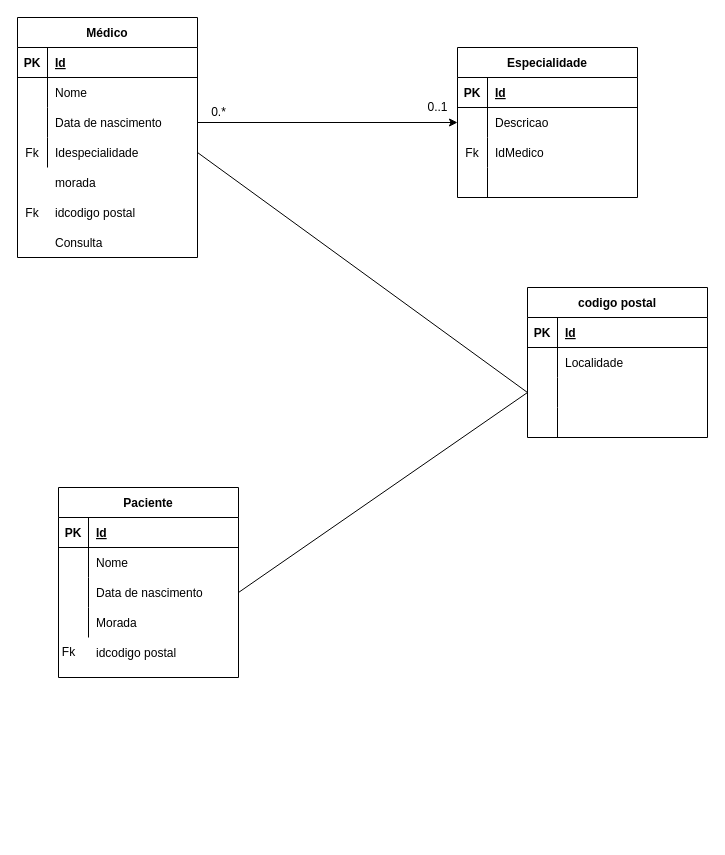
Earlier version of the draw.io diagram exercicio2.drawio (kanelastt/Ficha_3). Source tidied: cells renumbered, new cells numbered last; positions are measured from the earlier drawing's top-left corner, leaving out a move shared by most shapes. Both pictures are drawn from the tidied source at 100%, with x=0, y=0 at pixel (17, 17).
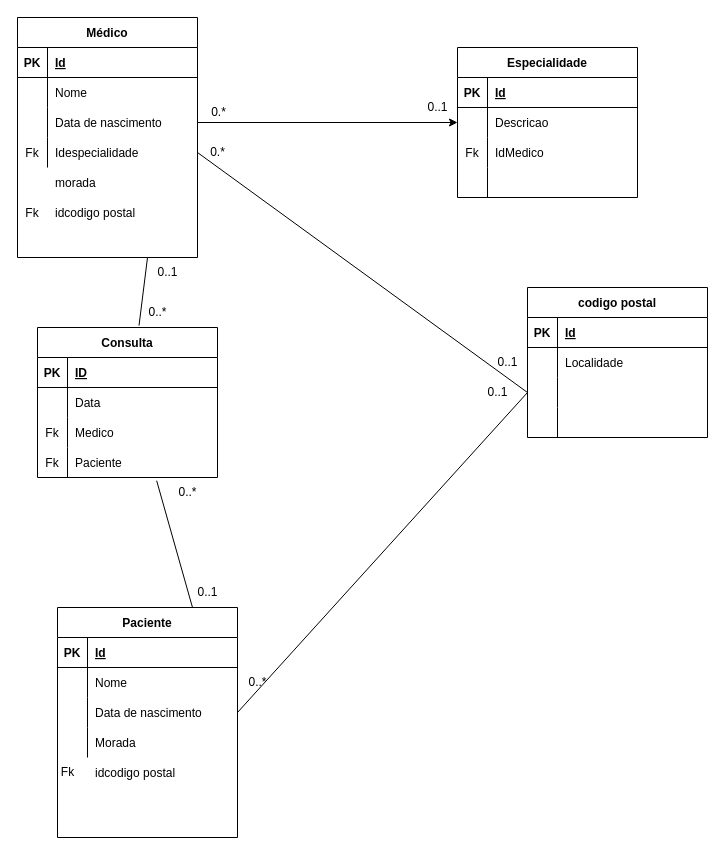
The same page after the edit.

Change to the diagram source:
```diff
@@
     <mxCell id="33" value="Paciente" style="shape=table;startSize=30;childLayout=tableLayout;rowLines=0;fontStyle=1;align=center;" parent="1" vertex="1">
-      <mxGeometry x="41" y="470" width="180" height="190" as="geometry" />
+      <mxGeometry x="40" y="590" width="180" height="230" as="geometry" />
     </mxCell>
@@
     <mxCell id="46" value="idcodigo postal" style="shape=partialRectangle;fillColor=none;top=0;left=0;bottom=0;right=0;align=left;spacingLeft=6;overflow=hidden;" parent="1" vertex="1">
-      <mxGeometry x="71" y="620" width="150" height="30" as="geometry" />
+      <mxGeometry x="70" y="740" width="150" height="30" as="geometry" />
     </mxCell>
@@
     <mxCell id="62" value="Fk" style="text;html=1;align=center;verticalAlign=middle;strokeColor=none;fillColor=none;" parent="1" vertex="1">
-      <mxGeometry x="31" y="620" width="40" height="30" as="geometry" />
+      <mxGeometry x="30" y="740" width="40" height="30" as="geometry" />
     </mxCell>
@@
+    <mxCell id="65" value="0..*" style="text;html=1;align=center;verticalAlign=middle;strokeColor=none;fillColor=none;" parent="1" vertex="1">
+      <mxGeometry x="220" y="650" width="40" height="30" as="geometry" />
+    </mxCell>
+    <mxCell id="66" value="0..1" style="text;html=1;align=center;verticalAlign=middle;strokeColor=none;fillColor=none;" parent="1" vertex="1">
+      <mxGeometry x="460" y="360" width="40" height="30" as="geometry" />
+    </mxCell>
+    <mxCell id="67" value="0.*" style="text;html=1;align=center;verticalAlign=middle;strokeColor=none;fillColor=none;" parent="1" vertex="1">
+      <mxGeometry x="180" y="120" width="40" height="30" as="geometry" />
+    </mxCell>
+    <mxCell id="68" value="0..1" style="text;html=1;align=center;verticalAlign=middle;strokeColor=none;fillColor=none;" parent="1" vertex="1">
+      <mxGeometry x="470" y="330" width="40" height="30" as="geometry" />
+    </mxCell>
-    <mxCell id="64" value="Consulta" style="shape=partialRectangle;fillColor=none;top=0;left=0;bottom=0;right=0;align=left;spacingLeft=6;overflow=hidden;" parent="1" vertex="1">
-      <mxGeometry x="30" y="210" width="150" height="30" as="geometry" />
+    <mxCell id="64" value="Consulta" style="shape=table;startSize=30;childLayout=tableLayout;rowLines=0;fontStyle=1;align=center;" parent="1" vertex="1">
+      <mxGeometry x="20" y="310" width="180" height="150" as="geometry" />
     </mxCell>
+    <mxCell id="69" style="shape=tableRow;horizontal=0;startSize=0;swimlaneHead=0;swimlaneBody=0;fillColor=none;top=0;left=0;right=0;bottom=1;" parent="64" vertex="1">
+      <mxGeometry y="30" width="180" height="30" as="geometry" />
+    </mxCell>
+    <mxCell id="70" value="PK" style="shape=partialRectangle;fillColor=none;top=0;left=0;bottom=0;right=0;fontStyle=1;overflow=hidden;" parent="69" vertex="1">
+      <mxGeometry width="30" height="30" as="geometry" />
+    </mxCell>
+    <mxCell id="71" value="ID" style="shape=partialRectangle;fillColor=none;top=0;left=0;bottom=0;right=0;align=left;spacingLeft=6;fontStyle=5;overflow=hidden;" parent="69" vertex="1">
+      <mxGeometry x="30" width="150" height="30" as="geometry" />
+    </mxCell>
+    <mxCell id="72" style="shape=tableRow;horizontal=0;startSize=0;swimlaneHead=0;swimlaneBody=0;fillColor=none;top=0;left=0;right=0;bottom=0;" parent="64" vertex="1">
+      <mxGeometry y="60" width="180" height="30" as="geometry" />
+    </mxCell>
+    <mxCell id="73" style="shape=partialRectangle;fillColor=none;top=0;left=0;bottom=0;right=0;overflow=hidden;" parent="72" vertex="1">
+      <mxGeometry width="30" height="30" as="geometry" />
+    </mxCell>
+    <mxCell id="74" value="Data" style="shape=partialRectangle;fillColor=none;top=0;left=0;bottom=0;right=0;align=left;spacingLeft=6;overflow=hidden;" parent="72" vertex="1">
+      <mxGeometry x="30" width="150" height="30" as="geometry" />
+    </mxCell>
+    <mxCell id="75" style="shape=tableRow;horizontal=0;startSize=0;swimlaneHead=0;swimlaneBody=0;fillColor=none;top=0;left=0;right=0;bottom=0;" parent="64" vertex="1">
+      <mxGeometry y="90" width="180" height="30" as="geometry" />
+    </mxCell>
+    <mxCell id="76" value="Fk" style="shape=partialRectangle;fillColor=none;top=0;left=0;bottom=0;right=0;overflow=hidden;" parent="75" vertex="1">
+      <mxGeometry width="30" height="30" as="geometry" />
+    </mxCell>
+    <mxCell id="77" value="Medico" style="shape=partialRectangle;fillColor=none;top=0;left=0;bottom=0;right=0;align=left;spacingLeft=6;overflow=hidden;" parent="75" vertex="1">
+      <mxGeometry x="30" width="150" height="30" as="geometry" />
+    </mxCell>
+    <mxCell id="78" style="shape=tableRow;horizontal=0;startSize=0;swimlaneHead=0;swimlaneBody=0;fillColor=none;points=[[0,0.5],[1,0.5]];portConstraint=eastwest;top=0;left=0;right=0;bottom=0;" parent="64" vertex="1">
+      <mxGeometry y="120" width="180" height="30" as="geometry" />
+    </mxCell>
+    <mxCell id="79" value="Fk" style="shape=partialRectangle;fillColor=none;top=0;left=0;bottom=0;right=0;overflow=hidden;" parent="78" vertex="1">
+      <mxGeometry width="30" height="30" as="geometry" />
+    </mxCell>
+    <mxCell id="80" value="Paciente" style="shape=partialRectangle;fillColor=none;top=0;left=0;bottom=0;right=0;align=left;spacingLeft=6;overflow=hidden;" parent="78" vertex="1">
+      <mxGeometry x="30" width="150" height="30" as="geometry" />
+    </mxCell>
+    <mxCell id="81" style="endArrow=none;html=1;rounded=0;entryX=0.662;entryY=1.107;entryDx=0;entryDy=0;exitX=0.75;exitY=0;exitDx=0;exitDy=0;entryPerimeter=0;" parent="1" edge="1" source="33" target="78">
+      <mxGeometry relative="1" as="geometry" />
+    </mxCell>
+    <mxCell id="82" value="0..*" style="text;html=1;align=center;verticalAlign=middle;strokeColor=none;fillColor=none;" parent="1" vertex="1">
+      <mxGeometry x="150" y="460" width="40" height="30" as="geometry" />
+    </mxCell>
+    <mxCell id="83" value="0..1" style="text;html=1;align=center;verticalAlign=middle;strokeColor=none;fillColor=none;" parent="1" vertex="1">
+      <mxGeometry x="170" y="560" width="40" height="30" as="geometry" />
+    </mxCell>
+    <mxCell id="84" style="endArrow=none;html=1;rounded=0;exitX=0.564;exitY=-0.013;exitDx=0;exitDy=0;exitPerimeter=0;" parent="1" edge="1" source="64">
+      <mxGeometry relative="1" as="geometry">
+        <mxPoint x="130" y="240" as="targetPoint" />
+      </mxGeometry>
+    </mxCell>
+    <mxCell id="85" value="0..1" style="text;html=1;align=center;verticalAlign=middle;strokeColor=none;fillColor=none;" parent="1" vertex="1">
+      <mxGeometry x="130" y="240" width="40" height="30" as="geometry" />
+    </mxCell>
+    <mxCell id="86" value="0..*" style="text;html=1;align=center;verticalAlign=middle;strokeColor=none;fillColor=none;" parent="1" vertex="1">
+      <mxGeometry x="120" y="280" width="40" height="30" as="geometry" />
+    </mxCell>
```
